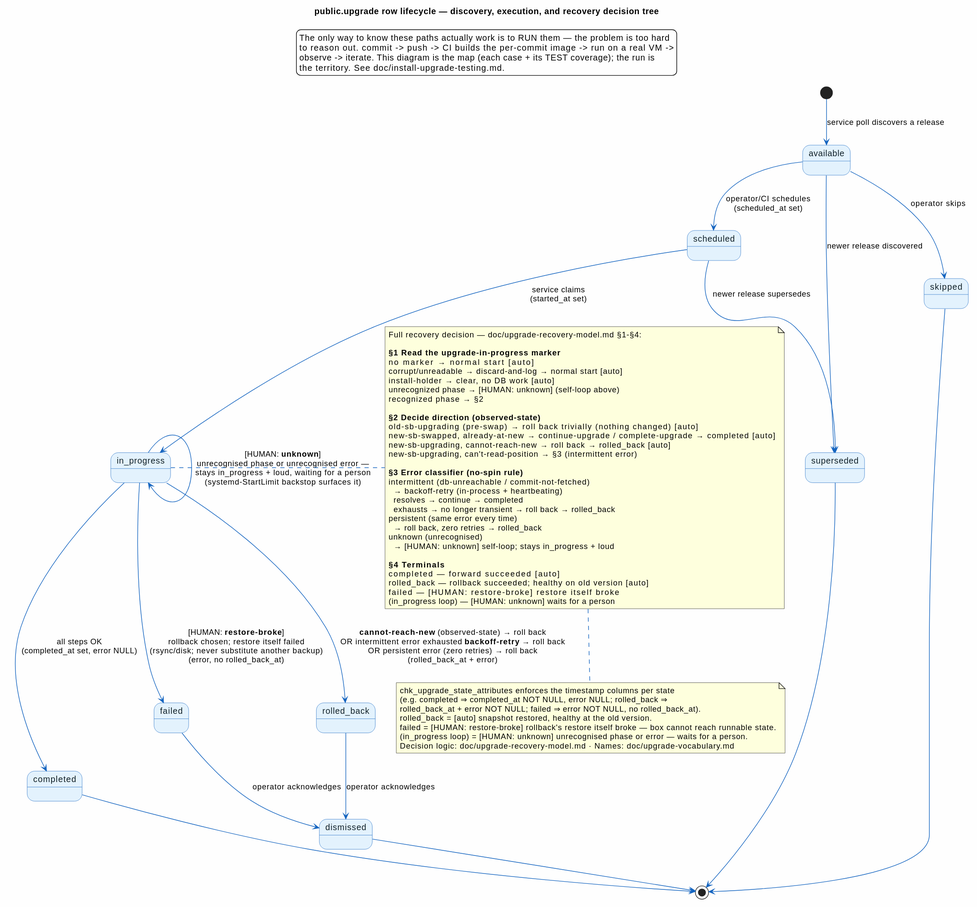
The PlantUML diagram doc/diagrams/upgrade-lifecycle.svg in statisticsnorway/statbus, before a commit.
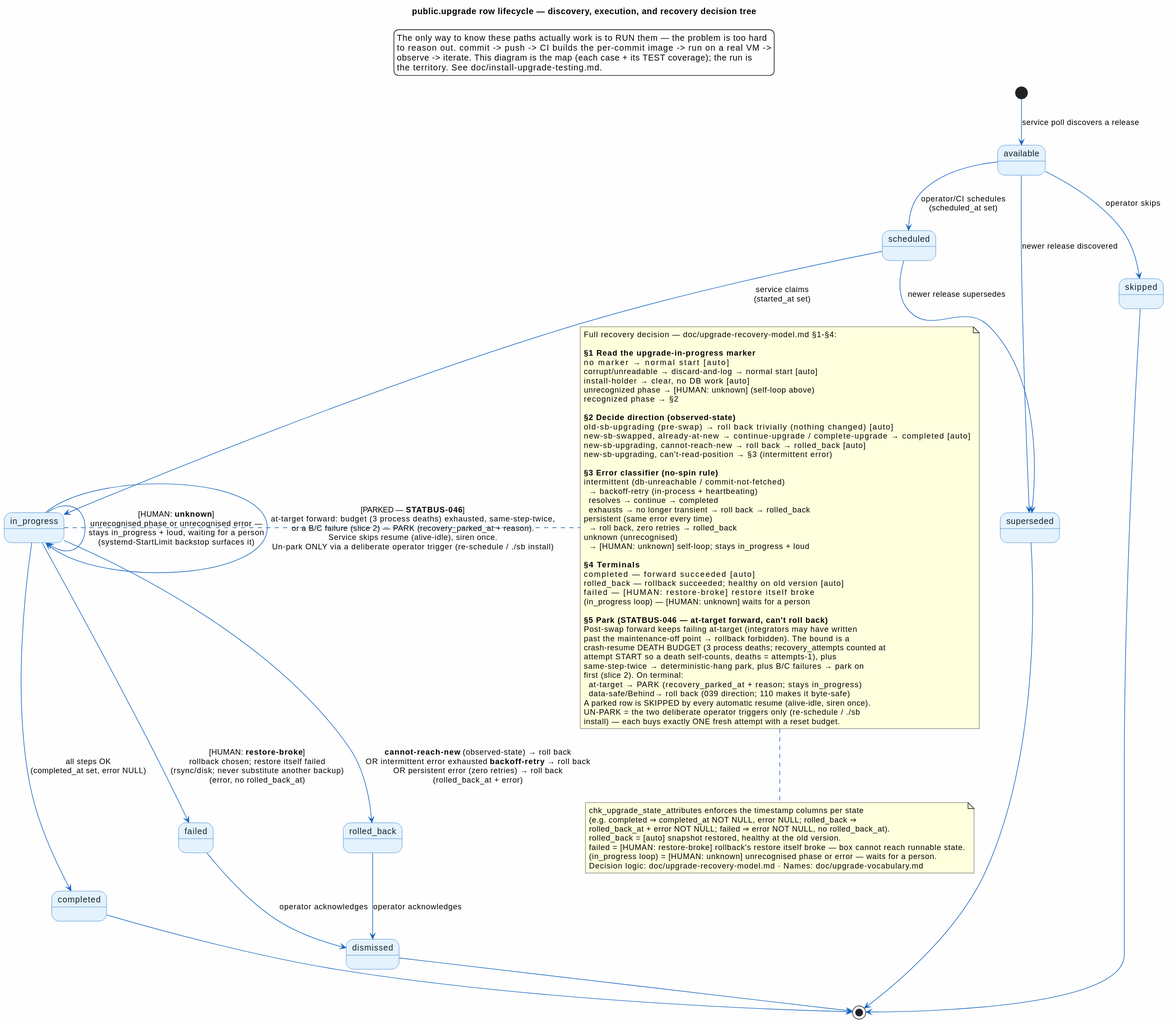
After the commit.

Commit message:
recovery: park-degraded substrate + crash-death budget (recovery-escalation slice 1)

The edit, as a diff of the source:
```diff
@@ -28,6 +28,8 @@
 in_progress --> completed : all steps OK\n(completed_at set, error NULL)
 
 in_progress --> in_progress : [HUMAN: **unknown**]\nunrecognised phase or unrecognised error —\nstays in_progress + loud, waiting for a person\n(systemd-StartLimit backstop surfaces it)
+
+in_progress --> in_progress : [PARKED — **STATBUS-046**]\nat-target forward: budget (3 process deaths) exhausted, same-step-twice,\nor a B/C failure (slice 2) — PARK (recovery_parked_at + reason).\nService skips resume (alive-idle), siren once.\nUn-park ONLY via a deliberate operator trigger (re-schedule / ./sb install)
 
 in_progress --> rolled_back : **cannot-reach-new** (observed-state) → roll back\nOR intermittent error exhausted **backoff-retry** → roll back\nOR persistent error (zero retries) → roll back\n(rolled_back_at + error)
 
@@ -64,6 +66,19 @@
   rolled_back        — rollback succeeded; healthy on old version [auto]
   failed             — [HUMAN: restore-broke] restore itself broke
   (in_progress loop) — [HUMAN: unknown] waits for a person
+
+  **§5  Park (STATBUS-046 — at-target forward, can't roll back)**
+  Post-swap forward keeps failing at-target (integrators may have written
+  past the maintenance-off point → rollback forbidden). The bound is a
+  crash-resume DEATH BUDGET (3 process deaths; recovery_attempts counted at
+  attempt START so a death self-counts, deaths = attempts-1), plus
+  same-step-twice → deterministic-hang park, plus B/C failures → park on
+  first (slice 2). On terminal:
+    at-target       → PARK  (recovery_parked_at + reason; stays in_progress)
+    data-safe/Behind→ roll back (039 direction; 110 makes it byte-safe)
+  A parked row is SKIPPED by every automatic resume (alive-idle, siren once).
+  UN-PARK = the two deliberate operator triggers only (re-schedule / ./sb
+  install) — each buys exactly ONE fresh attempt with a reset budget.
 end note
 
 rolled_back --> dismissed : operator acknowledges
```
